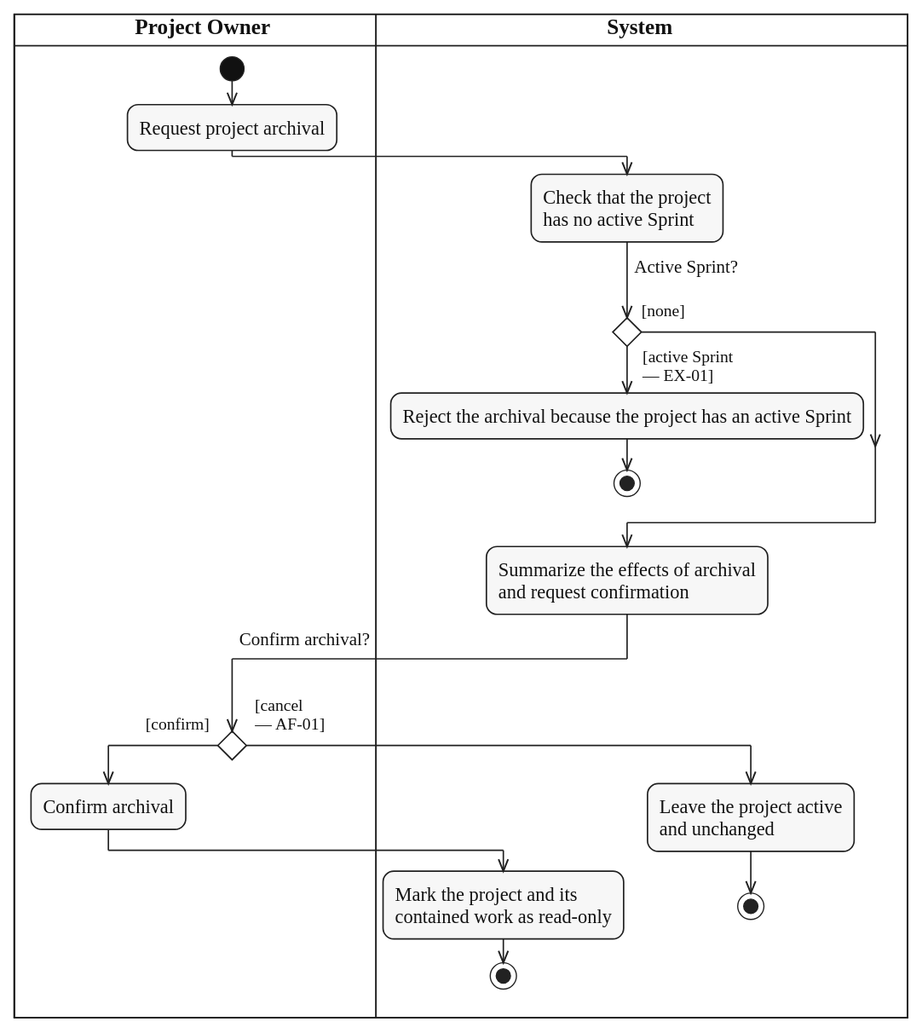
The PlantUML diagram diagrams/activity/project-membership/svg/UC-PROJECT-ARCHIVE.svg in lukenab/swd392-doc-automation, before a commit. Its source is kept beside it as diagrams/activity/project-membership/source/UC-PROJECT-ARCHIVE.puml. Source of this version:
```plantuml
@startuml UC-PROJECT-ARCHIVE
!include ../../_shared/activity-style.puml

|OWN| $lane_title("Project Owner")
|SYS| $lane_title("System")

|OWN|
start
:Request project archival;
|SYS|
:Check that the project
has no active Sprint;
if ($question("Active Sprint?")) then ($guard_left("[none]"))
else ($guard_right("[active Sprint", "— EX-01]"))
  :Reject the archival because the project has an active Sprint;
  stop
endif
:Summarize the effects of archival
and request confirmation;
|OWN|
if ($question_x("Confirm archival?")) then ($guard_left("[confirm]"))
  :Confirm archival;
  |SYS|
  :Mark the project and its
  contained work as read-only;
  stop
else ($guard_right("[cancel", "— AF-01]"))
  |SYS|
  :Leave the project active
  and unchanged;
  stop
endif
@enduml
```
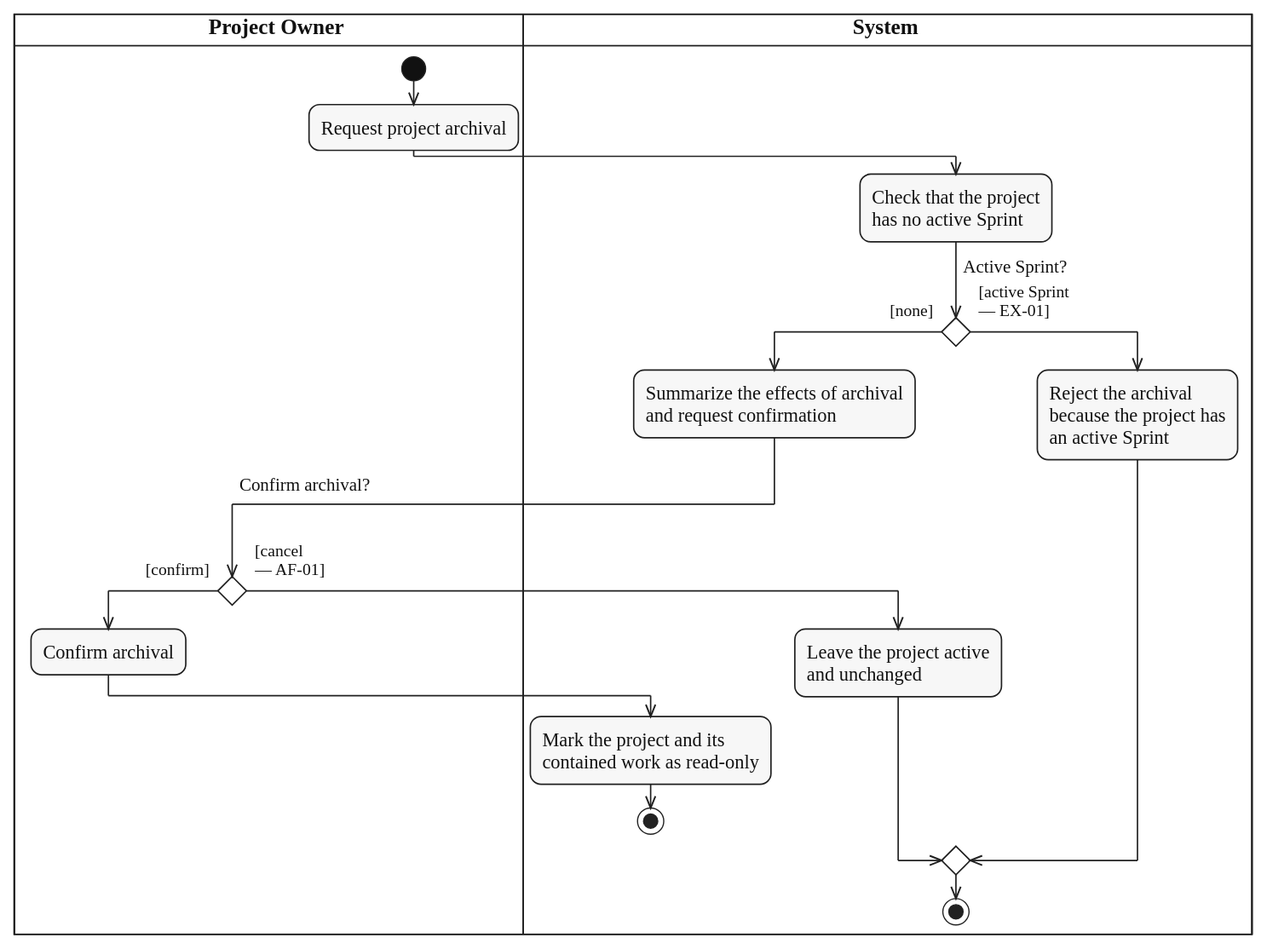
After the commit.

Change to the diagram source:
```diff
@@ -1,6 +1,5 @@
 @startuml UC-PROJECT-ARCHIVE
 !include ../../_shared/activity-style.puml
-
 |OWN| $lane_title("Project Owner")
 |SYS| $lane_title("System")
 
@@ -11,23 +10,25 @@
 :Check that the project
 has no active Sprint;
 if ($question("Active Sprint?")) then ($guard_left("[none]"))
+  :Summarize the effects of archival
+  and request confirmation;
+  |OWN|
+  if ($question_x("Confirm archival?")) then ($guard_left("[confirm]"))
+    :Confirm archival;
+    |SYS|
+    :Mark the project and its
+    contained work as read-only;
+    stop
+  else ($guard_right("[cancel", "— AF-01]"))
+    |SYS|
+    :Leave the project active
+    and unchanged;
+  endif
 else ($guard_right("[active Sprint", "— EX-01]"))
-  :Reject the archival because the project has an active Sprint;
-  stop
+  :Reject the archival
+  because the project has
+  an active Sprint;
 endif
-:Summarize the effects of archival
-and request confirmation;
-|OWN|
-if ($question_x("Confirm archival?")) then ($guard_left("[confirm]"))
-  :Confirm archival;
-  |SYS|
-  :Mark the project and its
-  contained work as read-only;
-  stop
-else ($guard_right("[cancel", "— AF-01]"))
-  |SYS|
-  :Leave the project active
-  and unchanged;
-  stop
-endif
+|SYS|
+stop
 @enduml
```
